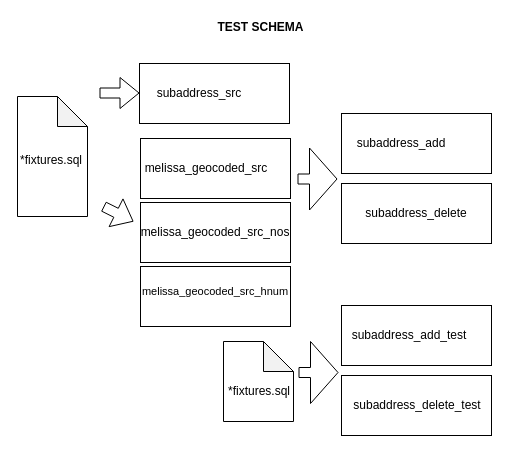
Before: doc/test_schema.drawio in mattyschell/cscl-subaddress-matched, a draw.io diagram. Source tidied: cells renumbered, new cells numbered last; positions are measured from the earlier drawing's top-left corner, leaving out a move shared by most shapes. Both pictures are drawn from the tidied source at 100%, with x=0, y=0 at pixel (17, 17).
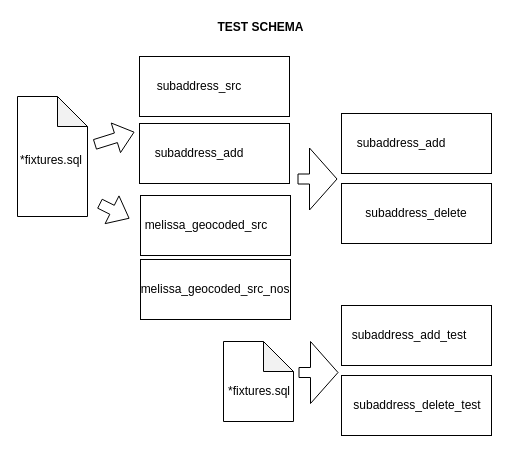
Above is the later version.

Diff of the diagram source:
```diff
@@
     <mxCell id="2" style="rounded=0;whiteSpace=wrap;html=1;" parent="1" vertex="1">
-      <mxGeometry x="122" y="46" width="150" height="60" as="geometry" />
+      <mxGeometry x="122" y="39" width="150" height="60" as="geometry" />
     </mxCell>
     <mxCell id="3" value="subaddress_src" style="text;html=1;strokeColor=none;fillColor=none;align=center;verticalAlign=middle;whiteSpace=wrap;rounded=0;" parent="1" vertex="1">
-      <mxGeometry x="162" y="66" width="40" height="20" as="geometry" />
+      <mxGeometry x="162" y="59" width="40" height="20" as="geometry" />
     </mxCell>
     <mxCell id="4" style="rounded=0;whiteSpace=wrap;html=1;" parent="1" vertex="1">
-      <mxGeometry x="123" y="121" width="150" height="60" as="geometry" />
+      <mxGeometry x="123" y="178" width="150" height="60" as="geometry" />
     </mxCell>
     <mxCell id="5" value="melissa_geocoded_src" style="text;html=1;strokeColor=none;fillColor=none;align=center;verticalAlign=middle;whiteSpace=wrap;rounded=0;" parent="1" vertex="1">
-      <mxGeometry x="169" y="141" width="40" height="20" as="geometry" />
+      <mxGeometry x="169" y="198" width="40" height="20" as="geometry" />
     </mxCell>
     <mxCell id="6" style="rounded=0;whiteSpace=wrap;html=1;" parent="1" vertex="1">
-      <mxGeometry x="123" y="185" width="150" height="60" as="geometry" />
+      <mxGeometry x="123" y="242" width="150" height="60" as="geometry" />
     </mxCell>
     <mxCell id="7" value="melissa_geocoded_src_nos" style="text;html=1;strokeColor=none;fillColor=none;align=center;verticalAlign=middle;whiteSpace=wrap;rounded=0;" parent="1" vertex="1">
-      <mxGeometry x="178" y="205" width="40" height="20" as="geometry" />
+      <mxGeometry x="178" y="262" width="40" height="20" as="geometry" />
     </mxCell>
@@
     <mxCell id="13" style="shape=flexArrow;endArrow=classic;html=1;" parent="1" edge="1">
       <mxGeometry relative="1" as="geometry">
-        <mxPoint x="82" y="75.5" as="sourcePoint" />
-        <mxPoint x="122" y="75.5" as="targetPoint" />
+        <mxPoint x="77" y="127" as="sourcePoint" />
+        <mxPoint x="117" y="114.5" as="targetPoint" />
       </mxGeometry>
     </mxCell>
     <mxCell id="14" style="shape=flexArrow;endArrow=classic;html=1;" parent="1" edge="1">
       <mxGeometry relative="1" as="geometry">
-        <mxPoint x="86" y="189" as="sourcePoint" />
-        <mxPoint x="116" y="204" as="targetPoint" />
+        <mxPoint x="82" y="186" as="sourcePoint" />
+        <mxPoint x="112" y="201" as="targetPoint" />
       </mxGeometry>
     </mxCell>
@@
-    <mxCell id="25" style="rounded=0;whiteSpace=wrap;html=1;" parent="1" vertex="1">
-      <mxGeometry x="123" y="249" width="150" height="60" as="geometry" />
-    </mxCell>
-    <mxCell id="26" value="melissa_geocoded_src_hnum" style="text;html=1;strokeColor=none;fillColor=none;align=center;verticalAlign=middle;whiteSpace=wrap;rounded=0;fontSize=11;" parent="1" vertex="1">
-      <mxGeometry x="178" y="264" width="40" height="20" as="geometry" />
-    </mxCell>
+    <mxCell id="27" style="rounded=0;whiteSpace=wrap;html=1;" parent="1" vertex="1">
+      <mxGeometry x="122" y="106" width="150" height="60" as="geometry" />
+    </mxCell>
+    <mxCell id="28" value="subaddress_add" style="text;html=1;strokeColor=none;fillColor=none;align=center;verticalAlign=middle;whiteSpace=wrap;rounded=0;" parent="1" vertex="1">
+      <mxGeometry x="162" y="126" width="40" height="20" as="geometry" />
+    </mxCell>
```
